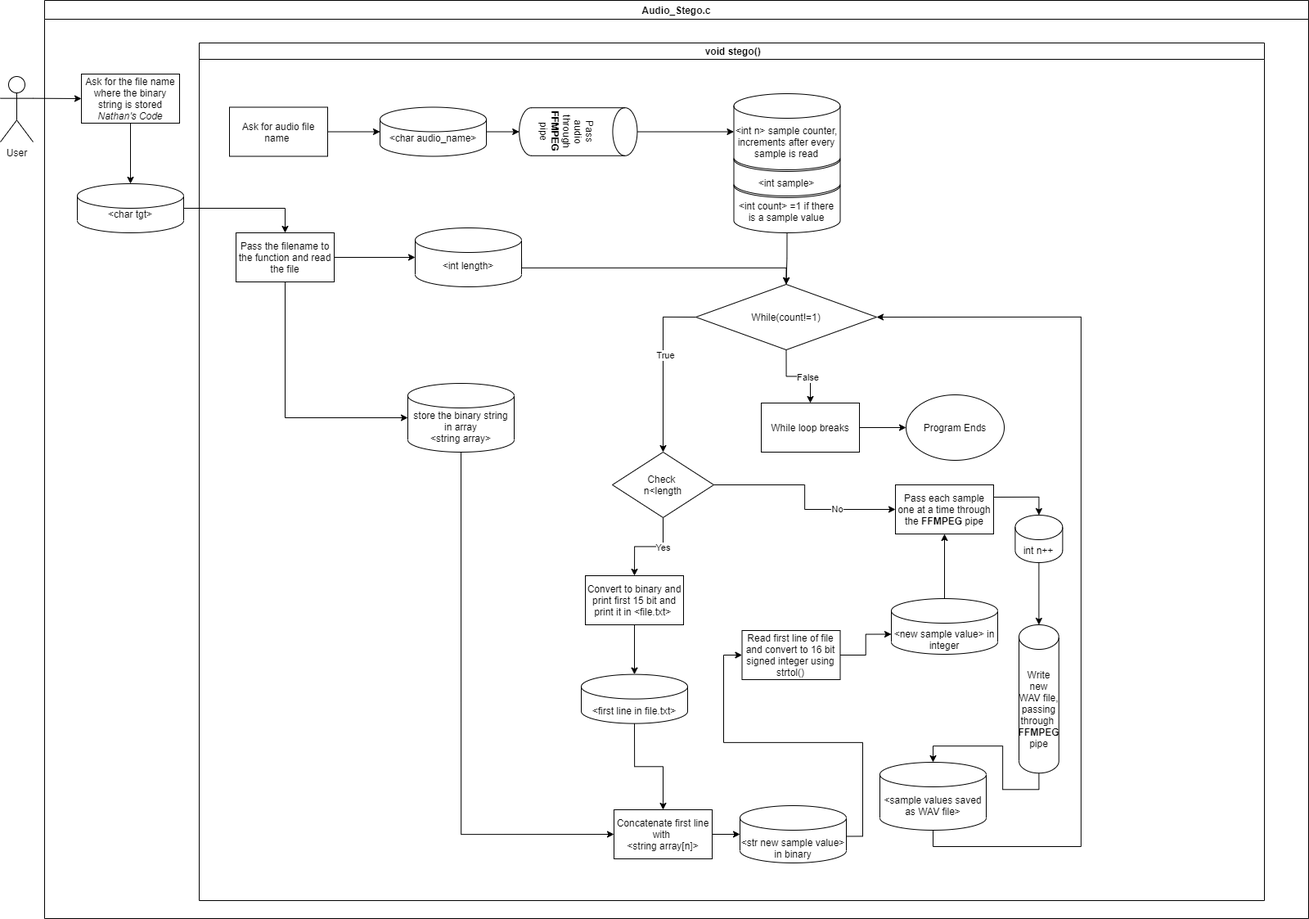
The draw.io diagram lowlevel.png in PalakMittal/AudioStego, before a commit. Source tidied: cells renumbered, new cells last; positions are measured from the earlier drawing's top-left corner, leaving out a move shared by most shapes.
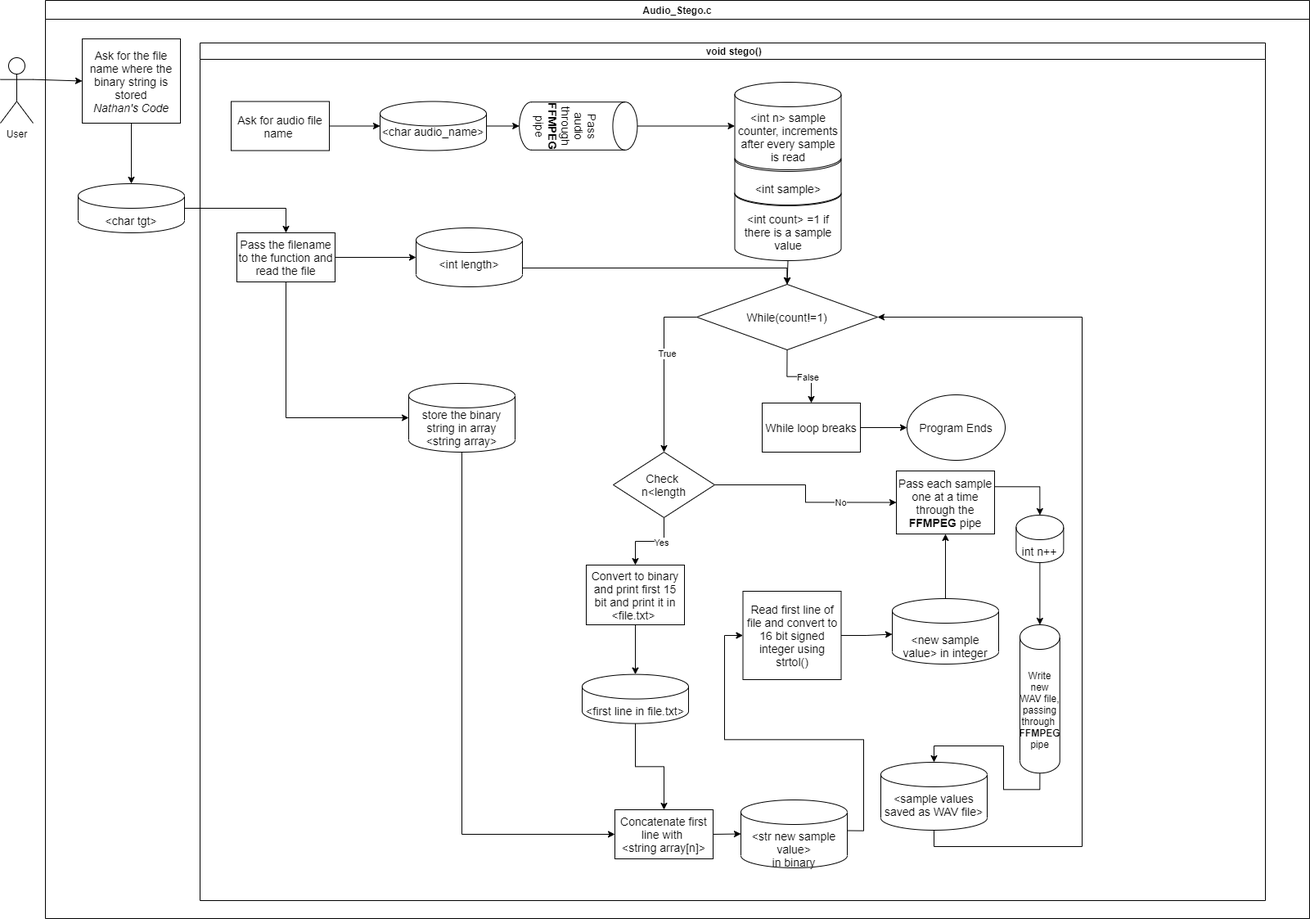
After the commit.

Change to the diagram source:
```diff
@@ -3,7 +3,7 @@
     <mxCell id="0" />
     <mxCell id="1" parent="0" />
     <mxCell id="2" value="User" style="shape=umlActor;verticalLabelPosition=bottom;verticalAlign=top;html=1;outlineConnect=0;" parent="1" vertex="1">
-      <mxGeometry y="93" width="40" height="80" as="geometry" />
+      <mxGeometry x="-1" y="70" width="40" height="80" as="geometry" />
     </mxCell>
     <mxCell id="3" value="Audio_Stego.c" style="swimlane;" parent="1" vertex="1">
       <mxGeometry x="54" width="1545" height="1122" as="geometry" />
@@ -14,14 +14,14 @@
     <mxCell id="5" style="edgeStyle=orthogonalEdgeStyle;rounded=0;jettySize=auto;html=1;exitX=0.5;exitY=1;exitDx=0;exitDy=0;exitPerimeter=0;entryX=0.5;entryY=0;entryDx=0;entryDy=0;" parent="4" edge="1" source="6" target="26">
       <mxGeometry relative="1" as="geometry" />
     </mxCell>
-    <mxCell id="6" value="&amp;lt;int count&amp;gt; =1 if there is a sample value" style="shape=cylinder3;whiteSpace=wrap;html=1;boundedLbl=1;backgroundOutline=1;size=15;" parent="4" vertex="1">
-      <mxGeometry x="653.5" y="159" width="130" height="73" as="geometry" />
+    <mxCell id="6" value="&lt;font style=&quot;font-size: 14px&quot;&gt;&amp;lt;int count&amp;gt; =1 if there is a sample value&lt;/font&gt;" style="shape=cylinder3;whiteSpace=wrap;html=1;boundedLbl=1;backgroundOutline=1;size=15;" parent="4" vertex="1">
+      <mxGeometry x="653.5" y="169" width="130" height="97" as="geometry" />
     </mxCell>
-    <mxCell id="7" value="Ask for audio file name&amp;nbsp;" style="rounded=0;whiteSpace=wrap;html=1;" parent="4" vertex="1">
-      <mxGeometry x="37" y="78.5" width="120" height="60" as="geometry" />
+    <mxCell id="7" value="&lt;font style=&quot;font-size: 14px&quot;&gt;Ask for audio file name&amp;nbsp;&lt;/font&gt;" style="rounded=0;whiteSpace=wrap;html=1;" parent="4" vertex="1">
+      <mxGeometry x="38" y="71.5" width="120" height="60" as="geometry" />
     </mxCell>
-    <mxCell id="8" value="&amp;lt;char audio_name&amp;gt;" style="shape=cylinder3;whiteSpace=wrap;html=1;boundedLbl=1;backgroundOutline=1;size=15;" parent="4" vertex="1">
-      <mxGeometry x="221" y="78.5" width="130" height="60" as="geometry" />
+    <mxCell id="8" value="&lt;font style=&quot;font-size: 14px&quot;&gt;&amp;lt;char audio_name&amp;gt;&lt;/font&gt;" style="shape=cylinder3;whiteSpace=wrap;html=1;boundedLbl=1;backgroundOutline=1;size=15;" parent="4" vertex="1">
+      <mxGeometry x="220" y="71.5" width="130" height="60" as="geometry" />
     </mxCell>
     <mxCell id="9" style="endArrow=classic;html=1;exitX=1;exitY=0.5;exitDx=0;exitDy=0;entryX=0;entryY=0.5;entryDx=0;entryDy=0;entryPerimeter=0;" parent="4" edge="1" source="7" target="8">
       <mxGeometry relative="1" as="geometry" />
@@ -29,7 +29,7 @@
     <mxCell id="10" style="edgeStyle=orthogonalEdgeStyle;rounded=0;jettySize=auto;html=1;exitX=0.5;exitY=1;exitDx=0;exitDy=0;entryX=0;entryY=0.5;entryDx=0;entryDy=0;entryPerimeter=0;" parent="4" edge="1" source="11" target="16">
       <mxGeometry relative="1" as="geometry" />
     </mxCell>
-    <mxCell id="11" value="Pass the filename to the function and read the file" style="rounded=0;whiteSpace=wrap;html=1;" parent="4" vertex="1">
+    <mxCell id="11" value="&lt;font style=&quot;font-size: 14px&quot;&gt;Pass the filename to the function and read the file&lt;/font&gt;" style="rounded=0;whiteSpace=wrap;html=1;" parent="4" vertex="1">
       <mxGeometry x="45" y="232" width="120" height="60" as="geometry" />
     </mxCell>
     <mxCell id="12" style="edgeStyle=orthogonalEdgeStyle;rounded=0;jettySize=auto;html=1;exitX=1;exitY=0.5;exitDx=0;exitDy=0;exitPerimeter=0;entryX=0.5;entryY=0;entryDx=0;entryDy=0;" parent="4" edge="1" source="13" target="26">
@@ -40,7 +40,7 @@
         </Array>
       </mxGeometry>
     </mxCell>
-    <mxCell id="13" value="&amp;lt;int length&amp;gt;" style="shape=cylinder3;whiteSpace=wrap;html=1;boundedLbl=1;backgroundOutline=1;size=15;" parent="4" vertex="1">
+    <mxCell id="13" value="&lt;font style=&quot;font-size: 14px&quot;&gt;&amp;lt;int length&amp;gt;&lt;/font&gt;" style="shape=cylinder3;whiteSpace=wrap;html=1;boundedLbl=1;backgroundOutline=1;size=15;" parent="4" vertex="1">
       <mxGeometry x="264" y="226" width="130" height="72" as="geometry" />
     </mxCell>
     <mxCell id="14" style="endArrow=classic;html=1;exitX=1;exitY=0.5;exitDx=0;exitDy=0;entryX=0;entryY=0.5;entryDx=0;entryDy=0;entryPerimeter=0;" parent="4" edge="1" source="11" target="13">
@@ -49,20 +49,20 @@
     <mxCell id="15" style="edgeStyle=orthogonalEdgeStyle;rounded=0;jettySize=auto;html=1;exitX=0.5;exitY=1;exitDx=0;exitDy=0;exitPerimeter=0;entryX=0;entryY=0.5;entryDx=0;entryDy=0;" parent="4" edge="1" source="16" target="31">
       <mxGeometry relative="1" as="geometry" />
     </mxCell>
-    <mxCell id="16" value="store the binary string in array&lt;br&gt;&amp;lt;string array&amp;gt;" style="shape=cylinder3;whiteSpace=wrap;html=1;boundedLbl=1;backgroundOutline=1;size=15;" parent="4" vertex="1">
+    <mxCell id="16" value="&lt;font style=&quot;font-size: 14px&quot;&gt;store the binary string in array&lt;br&gt;&amp;lt;string array&amp;gt;&lt;/font&gt;" style="shape=cylinder3;whiteSpace=wrap;html=1;boundedLbl=1;backgroundOutline=1;size=15;" parent="4" vertex="1">
       <mxGeometry x="255" y="416" width="130" height="84" as="geometry" />
     </mxCell>
-    <mxCell id="17" value="Pass audio through &lt;b&gt;FFMPEG&lt;/b&gt; pipe" style="shape=cylinder3;whiteSpace=wrap;html=1;boundedLbl=1;backgroundOutline=1;size=15;rotation=90;" parent="4" vertex="1">
-      <mxGeometry x="434" y="36.4" width="58.6" height="144.2" as="geometry" />
+    <mxCell id="17" value="&lt;font style=&quot;font-size: 14px&quot;&gt;Pass audio through &lt;b&gt;FFMPEG&lt;/b&gt; pipe&lt;/font&gt;" style="shape=cylinder3;whiteSpace=wrap;html=1;boundedLbl=1;backgroundOutline=1;size=15;rotation=90;" parent="4" vertex="1">
+      <mxGeometry x="433" y="29.4" width="58.6" height="144.2" as="geometry" />
     </mxCell>
     <mxCell id="18" style="endArrow=classic;html=1;exitX=1;exitY=0.5;exitDx=0;exitDy=0;exitPerimeter=0;entryX=0.5;entryY=1;entryDx=0;entryDy=0;entryPerimeter=0;" parent="4" edge="1" source="8" target="17">
       <mxGeometry relative="1" as="geometry" />
     </mxCell>
-    <mxCell id="19" value="&lt;br&gt;&amp;lt;int sample&amp;gt;" style="shape=cylinder3;whiteSpace=wrap;html=1;boundedLbl=1;backgroundOutline=1;size=15;" parent="4" vertex="1">
-      <mxGeometry x="653.5" y="127" width="130" height="60" as="geometry" />
+    <mxCell id="19" value="&lt;br&gt;&lt;font style=&quot;font-size: 14px&quot;&gt;&amp;lt;int sample&amp;gt;&lt;/font&gt;" style="shape=cylinder3;whiteSpace=wrap;html=1;boundedLbl=1;backgroundOutline=1;size=15;" parent="4" vertex="1">
+      <mxGeometry x="653.5" y="127" width="130" height="71" as="geometry" />
     </mxCell>
-    <mxCell id="20" value="&amp;lt;int n&amp;gt; sample counter, increments after every sample is read" style="shape=cylinder3;whiteSpace=wrap;html=1;boundedLbl=1;backgroundOutline=1;size=15;" parent="4" vertex="1">
-      <mxGeometry x="653.5" y="62" width="130" height="93" as="geometry" />
+    <mxCell id="20" value="&lt;font style=&quot;font-size: 14px&quot;&gt;&amp;lt;int n&amp;gt; sample counter, increments after every sample is read&lt;/font&gt;" style="shape=cylinder3;whiteSpace=wrap;html=1;boundedLbl=1;backgroundOutline=1;size=15;" parent="4" vertex="1">
+      <mxGeometry x="653.5" y="48" width="130" height="107" as="geometry" />
     </mxCell>
     <mxCell id="21" style="endArrow=classic;html=1;exitX=0.5;exitY=0;exitDx=0;exitDy=0;exitPerimeter=0;entryX=0;entryY=0.5;entryDx=0;entryDy=0;entryPerimeter=0;" parent="4" edge="1" source="17" target="20">
       <mxGeometry relative="1" as="geometry" />
@@ -79,41 +79,41 @@
     <mxCell id="25" value="False" style="edgeLabel;html=1;align=center;verticalAlign=middle;" parent="24" vertex="1">
       <mxGeometry x="0.21" relative="1" as="geometry" />
     </mxCell>
-    <mxCell id="26" value="While(count!=1)" style="rhombus;whiteSpace=wrap;html=1;" parent="4" vertex="1">
+    <mxCell id="26" value="&lt;font style=&quot;font-size: 14px&quot;&gt;While(count!=1)&lt;/font&gt;" style="rhombus;whiteSpace=wrap;html=1;" parent="4" vertex="1">
       <mxGeometry x="607" y="295" width="221" height="80" as="geometry" />
     </mxCell>
-    <mxCell id="27" value="While loop breaks" style="whiteSpace=wrap;html=1;rounded=0;" parent="4" vertex="1">
+    <mxCell id="27" value="&lt;font style=&quot;font-size: 14px&quot;&gt;While loop breaks&lt;/font&gt;" style="whiteSpace=wrap;html=1;rounded=0;" parent="4" vertex="1">
       <mxGeometry x="687" y="440" width="120" height="60" as="geometry" />
     </mxCell>
-    <mxCell id="28" value="Convert to binary and print first 15 bit and print it in &amp;lt;file.txt&amp;gt;&amp;nbsp;" style="rounded=0;whiteSpace=wrap;html=1;" parent="4" vertex="1">
-      <mxGeometry x="472" y="651" width="120" height="60" as="geometry" />
+    <mxCell id="28" value="&lt;font style=&quot;font-size: 14px&quot;&gt;Convert to binary and print first 15 bit and print it in &amp;lt;file.txt&amp;gt;&amp;nbsp;&lt;/font&gt;" style="rounded=0;whiteSpace=wrap;html=1;" parent="4" vertex="1">
+      <mxGeometry x="472" y="638" width="120" height="73" as="geometry" />
     </mxCell>
-    <mxCell id="29" value="&lt;br&gt;&amp;lt;first line in file.txt&amp;gt;" style="shape=cylinder3;whiteSpace=wrap;html=1;boundedLbl=1;backgroundOutline=1;size=15;" parent="4" vertex="1">
+    <mxCell id="29" value="&lt;font style=&quot;font-size: 14px&quot;&gt;&lt;br&gt;&amp;lt;first line in file.txt&amp;gt;&lt;/font&gt;" style="shape=cylinder3;whiteSpace=wrap;html=1;boundedLbl=1;backgroundOutline=1;size=15;" parent="4" vertex="1">
       <mxGeometry x="467" y="771.6" width="130" height="60" as="geometry" />
     </mxCell>
     <mxCell id="30" style="edgeStyle=orthogonalEdgeStyle;rounded=0;jettySize=auto;html=1;exitX=0.5;exitY=1;exitDx=0;exitDy=0;entryX=0.5;entryY=0;entryDx=0;entryDy=0;entryPerimeter=0;" parent="4" edge="1" source="28" target="29">
       <mxGeometry relative="1" as="geometry" />
     </mxCell>
-    <mxCell id="31" value="Concatenate first line with&amp;nbsp;&lt;br&gt;&amp;lt;string array[n]&amp;gt;" style="rounded=0;whiteSpace=wrap;html=1;" parent="4" vertex="1">
+    <mxCell id="31" value="&lt;font style=&quot;font-size: 14px&quot;&gt;Concatenate first line with&amp;nbsp;&lt;br&gt;&amp;lt;string array[n]&amp;gt;&lt;/font&gt;" style="rounded=0;whiteSpace=wrap;html=1;" parent="4" vertex="1">
       <mxGeometry x="507" y="937" width="120" height="60" as="geometry" />
     </mxCell>
     <mxCell id="32" style="edgeStyle=orthogonalEdgeStyle;rounded=0;jettySize=auto;html=1;exitX=0.5;exitY=1;exitDx=0;exitDy=0;exitPerimeter=0;entryX=0.5;entryY=0;entryDx=0;entryDy=0;" parent="4" edge="1" source="29" target="31">
       <mxGeometry relative="1" as="geometry" />
     </mxCell>
-    <mxCell id="33" value="&lt;br&gt;&amp;lt;str new sample value&amp;gt;&lt;br&gt;in binary" style="shape=cylinder3;whiteSpace=wrap;html=1;boundedLbl=1;backgroundOutline=1;size=15;" parent="4" vertex="1">
-      <mxGeometry x="661" y="932" width="130" height="70" as="geometry" />
+    <mxCell id="33" value="&lt;font style=&quot;font-size: 14px&quot;&gt;&lt;br&gt;&amp;lt;str new sample value&amp;gt;&lt;br&gt;in binary&lt;/font&gt;" style="shape=cylinder3;whiteSpace=wrap;html=1;boundedLbl=1;backgroundOutline=1;size=15;" parent="4" vertex="1">
+      <mxGeometry x="661" y="925" width="130" height="83" as="geometry" />
     </mxCell>
     <mxCell id="34" style="endArrow=classic;html=1;exitX=1;exitY=0.5;exitDx=0;exitDy=0;entryX=0;entryY=0.5;entryDx=0;entryDy=0;entryPerimeter=0;" parent="4" edge="1" source="31" target="33">
       <mxGeometry relative="1" as="geometry" />
     </mxCell>
-    <mxCell id="35" value="Read first line of file and convert to 16 bit signed integer using strtol()" style="rounded=0;whiteSpace=wrap;html=1;" parent="4" vertex="1">
-      <mxGeometry x="663.5" y="718" width="120" height="60" as="geometry" />
+    <mxCell id="35" value="&lt;font style=&quot;font-size: 14px&quot;&gt;Read first line of file and convert to 16 bit signed integer using strtol()&lt;/font&gt;" style="rounded=0;whiteSpace=wrap;html=1;" parent="4" vertex="1">
+      <mxGeometry x="663.5" y="670" width="120" height="108" as="geometry" />
     </mxCell>
     <mxCell id="36" style="edgeStyle=orthogonalEdgeStyle;rounded=0;jettySize=auto;html=1;exitX=1;exitY=0;exitDx=0;exitDy=37.5;exitPerimeter=0;entryX=0;entryY=0.5;entryDx=0;entryDy=0;" parent="4" edge="1" source="33" target="35">
       <mxGeometry relative="1" as="geometry" />
     </mxCell>
-    <mxCell id="37" value="&lt;br&gt;&amp;lt;new sample value&amp;gt; in integer" style="shape=cylinder3;whiteSpace=wrap;html=1;boundedLbl=1;backgroundOutline=1;size=15;" parent="4" vertex="1">
-      <mxGeometry x="846" y="679" width="130" height="68" as="geometry" />
+    <mxCell id="37" value="&lt;font style=&quot;font-size: 14px&quot;&gt;&lt;br&gt;&amp;lt;new sample value&amp;gt; in integer&lt;/font&gt;" style="shape=cylinder3;whiteSpace=wrap;html=1;boundedLbl=1;backgroundOutline=1;size=15;" parent="4" vertex="1">
+      <mxGeometry x="846" y="679" width="130" height="80" as="geometry" />
     </mxCell>
     <mxCell id="38" style="edgeStyle=orthogonalEdgeStyle;rounded=0;jettySize=auto;html=1;exitX=1;exitY=0.5;exitDx=0;exitDy=0;entryX=0;entryY=0;entryDx=0;entryDy=43.5;entryPerimeter=0;" parent="4" edge="1" source="35" target="37">
       <mxGeometry relative="1" as="geometry" />
@@ -121,8 +121,8 @@
     <mxCell id="39" style="edgeStyle=orthogonalEdgeStyle;rounded=0;jettySize=auto;html=1;exitX=1;exitY=0.25;exitDx=0;exitDy=0;entryX=0.5;entryY=0;entryDx=0;entryDy=0;entryPerimeter=0;" parent="4" edge="1" source="40" target="52">
       <mxGeometry relative="1" as="geometry" />
     </mxCell>
-    <mxCell id="40" value="Pass each sample one at a time through the &lt;b&gt;FFMPEG&lt;/b&gt;&amp;nbsp;pipe" style="rounded=0;whiteSpace=wrap;html=1;" parent="4" vertex="1">
-      <mxGeometry x="851" y="540" width="120" height="60" as="geometry" />
+    <mxCell id="40" value="&lt;font style=&quot;font-size: 14px&quot;&gt;Pass each sample one at a time through the &lt;b&gt;FFMPEG&lt;/b&gt;&amp;nbsp;pipe&lt;/font&gt;" style="rounded=0;whiteSpace=wrap;html=1;" parent="4" vertex="1">
+      <mxGeometry x="851" y="523" width="120" height="77" as="geometry" />
     </mxCell>
     <mxCell id="41" style="edgeStyle=orthogonalEdgeStyle;rounded=0;jettySize=auto;html=1;exitX=0.5;exitY=0;exitDx=0;exitDy=0;exitPerimeter=0;entryX=0.5;entryY=1;entryDx=0;entryDy=0;" parent="4" edge="1" source="37" target="40">
       <mxGeometry relative="1" as="geometry" />
@@ -154,7 +154,7 @@
         </Array>
       </mxGeometry>
     </mxCell>
-    <mxCell id="49" value="&amp;lt;sample values saved as WAV file&amp;gt;" style="shape=cylinder3;whiteSpace=wrap;html=1;boundedLbl=1;backgroundOutline=1;size=15;" parent="4" vertex="1">
+    <mxCell id="49" value="&lt;font style=&quot;font-size: 14px&quot;&gt;&amp;lt;sample values saved as WAV file&amp;gt;&lt;/font&gt;" style="shape=cylinder3;whiteSpace=wrap;html=1;boundedLbl=1;backgroundOutline=1;size=15;" parent="4" vertex="1">
       <mxGeometry x="832" y="879" width="130" height="83" as="geometry" />
     </mxCell>
     <mxCell id="50" style="edgeStyle=orthogonalEdgeStyle;rounded=0;jettySize=auto;html=1;entryX=0;entryY=0.5;entryDx=0;entryDy=0;" parent="4" edge="1" source="27" target="54">
@@ -163,22 +163,22 @@
     <mxCell id="51" style="edgeStyle=orthogonalEdgeStyle;rounded=0;jettySize=auto;html=1;exitX=0.5;exitY=1;exitDx=0;exitDy=0;exitPerimeter=0;entryX=0.5;entryY=0;entryDx=0;entryDy=0;entryPerimeter=0;" parent="4" edge="1" source="52" target="47">
       <mxGeometry relative="1" as="geometry" />
     </mxCell>
-    <mxCell id="52" value="&lt;br&gt;int n++" style="shape=cylinder3;whiteSpace=wrap;html=1;boundedLbl=1;backgroundOutline=1;size=15;" parent="4" vertex="1">
+    <mxCell id="52" value="&lt;font style=&quot;font-size: 14px&quot;&gt;&lt;br&gt;int n++&lt;/font&gt;" style="shape=cylinder3;whiteSpace=wrap;html=1;boundedLbl=1;backgroundOutline=1;size=15;" parent="4" vertex="1">
       <mxGeometry x="997.4" y="577" width="58" height="58" as="geometry" />
     </mxCell>
-    <mxCell id="53" value="Check&amp;nbsp;&lt;br&gt;n&amp;lt;length" style="rhombus;whiteSpace=wrap;html=1;" parent="4" vertex="1">
+    <mxCell id="53" value="&lt;font style=&quot;font-size: 14px&quot;&gt;Check&amp;nbsp;&lt;br&gt;n&amp;lt;length&lt;/font&gt;" style="rhombus;whiteSpace=wrap;html=1;" parent="4" vertex="1">
       <mxGeometry x="505" y="500" width="124" height="80" as="geometry" />
     </mxCell>
-    <mxCell id="54" value="Program Ends" style="ellipse;whiteSpace=wrap;html=1;" parent="4" vertex="1">
+    <mxCell id="54" value="&lt;font style=&quot;font-size: 14px&quot;&gt;Program Ends&lt;/font&gt;" style="ellipse;whiteSpace=wrap;html=1;" parent="4" vertex="1">
       <mxGeometry x="864" y="430" width="120" height="80" as="geometry" />
     </mxCell>
-    <mxCell id="55" value="Ask for the file name where the binary string is stored&lt;br&gt;&lt;i&gt;Nathan's Code&lt;/i&gt;" style="rounded=0;whiteSpace=wrap;html=1;" parent="3" vertex="1">
-      <mxGeometry x="45" y="90" width="120" height="60" as="geometry" />
+    <mxCell id="55" value="&lt;font style=&quot;font-size: 14px&quot;&gt;Ask for the file name where the binary string is stored&lt;br&gt;&lt;i&gt;Nathan's Code&lt;/i&gt;&lt;/font&gt;" style="rounded=0;whiteSpace=wrap;html=1;" parent="3" vertex="1">
+      <mxGeometry x="45" y="47" width="120" height="103" as="geometry" />
     </mxCell>
     <mxCell id="56" style="edgeStyle=orthogonalEdgeStyle;rounded=0;jettySize=auto;html=1;exitX=1;exitY=0.5;exitDx=0;exitDy=0;exitPerimeter=0;entryX=0.5;entryY=0;entryDx=0;entryDy=0;" parent="3" edge="1" source="57" target="11">
       <mxGeometry relative="1" as="geometry" />
     </mxCell>
-    <mxCell id="57" value="&amp;lt;char tgt&amp;gt;" style="shape=cylinder3;whiteSpace=wrap;html=1;boundedLbl=1;backgroundOutline=1;size=15;" parent="3" vertex="1">
+    <mxCell id="57" value="&lt;font style=&quot;font-size: 14px&quot;&gt;&lt;br&gt;&amp;lt;char tgt&amp;gt;&lt;/font&gt;" style="shape=cylinder3;whiteSpace=wrap;html=1;boundedLbl=1;backgroundOutline=1;size=15;" parent="3" vertex="1">
       <mxGeometry x="40" y="224" width="130" height="60" as="geometry" />
     </mxCell>
     <mxCell id="58" style="endArrow=classic;html=1;exitX=0.5;exitY=1;exitDx=0;exitDy=0;entryX=0.5;entryY=0;entryDx=0;entryDy=0;entryPerimeter=0;" parent="3" edge="1" source="55" target="57">
```
